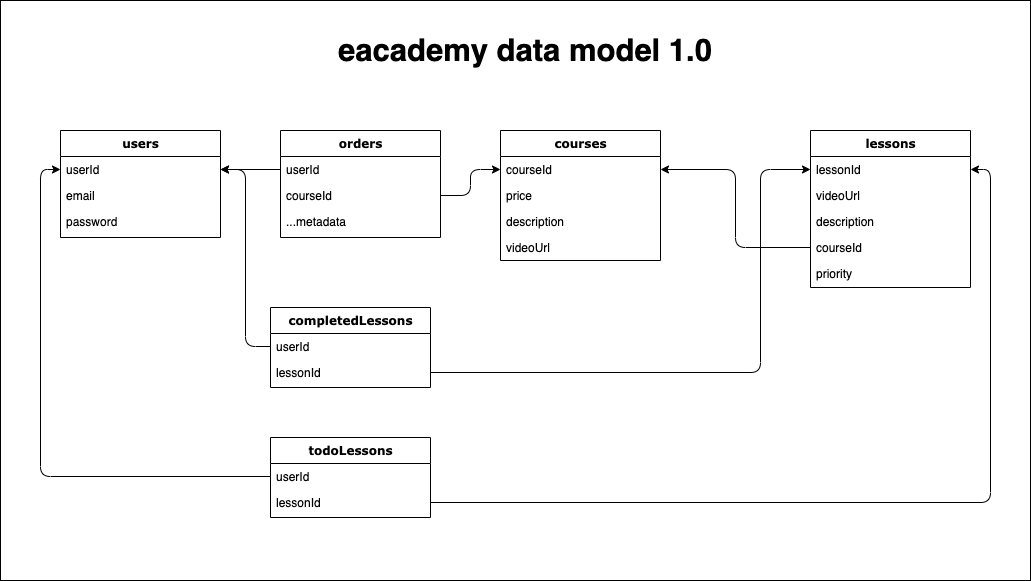
This is project/20-07-20 Skateboard sprint/data-model.png from migueldf10/eacademy-gatsby-react-redux, a draw.io export, as it was before one commit. Source tidied: cells renumbered, new cells last; positions are measured from the earlier drawing's top-left corner, leaving out a move shared by most shapes. Source of this version:
```xml
<mxGraphModel>
  <root>
    <mxCell id="0" />
    <mxCell id="1" parent="0" />
    <mxCell id="2" style="rounded=0;whiteSpace=wrap;html=1;sketch=0;" parent="1" vertex="1">
      <mxGeometry width="1030" height="580" as="geometry" />
    </mxCell>
    <mxCell id="3" style="edgeStyle=orthogonalEdgeStyle;rounded=0;jettySize=auto;html=1;" parent="1" edge="1" source="27" target="23">
      <mxGeometry relative="1" as="geometry" />
    </mxCell>
    <mxCell id="4" style="edgeStyle=orthogonalEdgeStyle;rounded=1;jettySize=auto;html=1;entryX=0;entryY=0.5;entryDx=0;entryDy=0;" parent="1" edge="1" source="28" target="12">
      <mxGeometry relative="1" as="geometry" />
    </mxCell>
    <mxCell id="5" style="edgeStyle=orthogonalEdgeStyle;rounded=1;jettySize=auto;html=1;exitX=0;exitY=0.5;exitDx=0;exitDy=0;" parent="1" edge="1" source="31" target="23">
      <mxGeometry relative="1" as="geometry" />
    </mxCell>
    <mxCell id="6" style="edgeStyle=orthogonalEdgeStyle;rounded=1;jettySize=auto;html=1;exitX=0;exitY=0.5;exitDx=0;exitDy=0;entryX=1;entryY=0.5;entryDx=0;entryDy=0;" parent="1" edge="1" source="20" target="12">
      <mxGeometry relative="1" as="geometry" />
    </mxCell>
    <mxCell id="7" style="edgeStyle=orthogonalEdgeStyle;rounded=1;jettySize=auto;html=1;exitX=1;exitY=0.5;exitDx=0;exitDy=0;entryX=0;entryY=0.5;entryDx=0;entryDy=0;" parent="1" edge="1" source="32" target="17">
      <mxGeometry relative="1" as="geometry">
        <Array as="points">
          <mxPoint x="760" y="372" />
          <mxPoint x="760" y="169" />
        </Array>
      </mxGeometry>
    </mxCell>
    <mxCell id="8" style="edgeStyle=orthogonalEdgeStyle;rounded=1;jettySize=auto;html=1;entryX=0;entryY=0.5;entryDx=0;entryDy=0;" parent="1" edge="1" source="34" target="23">
      <mxGeometry relative="1" as="geometry" />
    </mxCell>
    <mxCell id="9" style="edgeStyle=orthogonalEdgeStyle;rounded=1;jettySize=auto;html=1;entryX=1;entryY=0.5;entryDx=0;entryDy=0;" parent="1" edge="1" source="35" target="17">
      <mxGeometry relative="1" as="geometry" />
    </mxCell>
    <mxCell id="10" value="eacademy data model 1.0" style="text;html=1;strokeColor=none;fillColor=none;align=center;verticalAlign=middle;whiteSpace=wrap;rounded=0;fontSize=31;fontStyle=1;" parent="1" vertex="1">
      <mxGeometry x="320" y="40" width="410" height="20" as="geometry" />
    </mxCell>
    <mxCell id="11" value="courses" style="swimlane;html=1;fontStyle=1;align=center;verticalAlign=top;horizontal=1;startSize=26;swimlaneFillColor=#ffffff;rounded=0;shadow=0;comic=0;labelBackgroundColor=none;strokeWidth=1;fontFamily=Verdana;fontSize=12;" parent="1" vertex="1">
      <mxGeometry x="500" y="130" width="160" height="130" as="geometry" />
    </mxCell>
    <mxCell id="12" value="courseId" style="text;html=1;strokeColor=none;fillColor=none;align=left;verticalAlign=top;spacingLeft=4;spacingRight=4;whiteSpace=wrap;overflow=hidden;points=[[0,0.5],[1,0.5]];portConstraint=eastwest;" parent="11" vertex="1">
      <mxGeometry y="26" width="160" height="26" as="geometry" />
    </mxCell>
    <mxCell id="13" value="price" style="text;html=1;strokeColor=none;fillColor=none;align=left;verticalAlign=top;spacingLeft=4;spacingRight=4;whiteSpace=wrap;overflow=hidden;" parent="11" vertex="1">
      <mxGeometry y="52" width="160" height="26" as="geometry" />
    </mxCell>
    <mxCell id="14" value="description" style="text;html=1;strokeColor=none;fillColor=none;align=left;verticalAlign=top;spacingLeft=4;spacingRight=4;whiteSpace=wrap;overflow=hidden;" parent="11" vertex="1">
      <mxGeometry y="78" width="160" height="26" as="geometry" />
    </mxCell>
    <mxCell id="15" value="videoUrl" style="text;html=1;strokeColor=none;fillColor=none;align=left;verticalAlign=top;spacingLeft=4;spacingRight=4;whiteSpace=wrap;overflow=hidden;" parent="11" vertex="1">
      <mxGeometry y="104" width="160" height="26" as="geometry" />
    </mxCell>
    <mxCell id="16" value="lessons" style="swimlane;html=1;fontStyle=1;align=center;verticalAlign=top;horizontal=1;startSize=26;swimlaneFillColor=#ffffff;rounded=0;shadow=0;comic=0;labelBackgroundColor=none;strokeWidth=1;fontFamily=Verdana;fontSize=12;" parent="1" vertex="1">
      <mxGeometry x="810" y="130" width="160" height="157" as="geometry" />
    </mxCell>
    <mxCell id="17" value="lessonId" style="text;html=1;strokeColor=none;fillColor=none;align=left;verticalAlign=top;spacingLeft=4;spacingRight=4;whiteSpace=wrap;overflow=hidden;points=[[0,0.5],[1,0.5]];portConstraint=eastwest;" parent="16" vertex="1">
      <mxGeometry y="26" width="160" height="26" as="geometry" />
    </mxCell>
    <mxCell id="18" value="videoUrl" style="text;html=1;strokeColor=none;fillColor=none;align=left;verticalAlign=top;spacingLeft=4;spacingRight=4;whiteSpace=wrap;overflow=hidden;" parent="16" vertex="1">
      <mxGeometry y="52" width="160" height="26" as="geometry" />
    </mxCell>
    <mxCell id="19" value="description" style="text;html=1;strokeColor=none;fillColor=none;align=left;verticalAlign=top;spacingLeft=4;spacingRight=4;whiteSpace=wrap;overflow=hidden;" parent="16" vertex="1">
      <mxGeometry y="78" width="160" height="26" as="geometry" />
    </mxCell>
    <mxCell id="20" value="courseId" style="text;html=1;strokeColor=none;fillColor=none;align=left;verticalAlign=top;spacingLeft=4;spacingRight=4;whiteSpace=wrap;overflow=hidden;points=[[0,0.5],[1,0.5]];portConstraint=eastwest;" parent="16" vertex="1">
      <mxGeometry y="104" width="160" height="26" as="geometry" />
    </mxCell>
    <mxCell id="21" value="priority" style="text;html=1;strokeColor=none;fillColor=none;align=left;verticalAlign=top;spacingLeft=4;spacingRight=4;whiteSpace=wrap;overflow=hidden;" parent="16" vertex="1">
      <mxGeometry y="130" width="160" height="26" as="geometry" />
    </mxCell>
    <mxCell id="22" value="users" style="swimlane;html=1;fontStyle=1;align=center;verticalAlign=top;horizontal=1;startSize=26;swimlaneFillColor=#ffffff;rounded=0;shadow=0;comic=0;labelBackgroundColor=none;strokeWidth=1;fontFamily=Verdana;fontSize=12;" parent="1" vertex="1">
      <mxGeometry x="60" y="130" width="160" height="107" as="geometry" />
    </mxCell>
    <mxCell id="23" value="userId" style="text;html=1;strokeColor=none;fillColor=none;align=left;verticalAlign=top;spacingLeft=4;spacingRight=4;whiteSpace=wrap;overflow=hidden;points=[[0,0.5],[1,0.5]];portConstraint=eastwest;" parent="22" vertex="1">
      <mxGeometry y="26" width="160" height="26" as="geometry" />
    </mxCell>
    <mxCell id="24" value="email" style="text;html=1;strokeColor=none;fillColor=none;align=left;verticalAlign=top;spacingLeft=4;spacingRight=4;whiteSpace=wrap;overflow=hidden;" parent="22" vertex="1">
      <mxGeometry y="52" width="160" height="26" as="geometry" />
    </mxCell>
    <mxCell id="25" value="password" style="text;html=1;strokeColor=none;fillColor=none;align=left;verticalAlign=top;spacingLeft=4;spacingRight=4;whiteSpace=wrap;overflow=hidden;" parent="22" vertex="1">
      <mxGeometry y="78" width="160" height="26" as="geometry" />
    </mxCell>
    <mxCell id="26" value="orders" style="swimlane;html=1;fontStyle=1;align=center;verticalAlign=top;horizontal=1;startSize=26;swimlaneFillColor=#ffffff;rounded=0;shadow=0;comic=0;labelBackgroundColor=none;strokeWidth=1;fontFamily=Verdana;fontSize=12;" parent="1" vertex="1">
      <mxGeometry x="280" y="130" width="160" height="107" as="geometry" />
    </mxCell>
    <mxCell id="27" value="userId" style="text;html=1;strokeColor=none;fillColor=none;align=left;verticalAlign=top;spacingLeft=4;spacingRight=4;whiteSpace=wrap;overflow=hidden;points=[[0,0.5],[1,0.5]];portConstraint=eastwest;" parent="26" vertex="1">
      <mxGeometry y="26" width="160" height="26" as="geometry" />
    </mxCell>
    <mxCell id="28" value="courseId" style="text;html=1;strokeColor=none;fillColor=none;align=left;verticalAlign=top;spacingLeft=4;spacingRight=4;whiteSpace=wrap;overflow=hidden;points=[[0,0.5],[1,0.5]];portConstraint=eastwest;" parent="26" vertex="1">
      <mxGeometry y="52" width="160" height="26" as="geometry" />
    </mxCell>
    <mxCell id="29" value="...metadata" style="text;html=1;strokeColor=none;fillColor=none;align=left;verticalAlign=top;spacingLeft=4;spacingRight=4;whiteSpace=wrap;overflow=hidden;" parent="26" vertex="1">
      <mxGeometry y="78" width="160" height="26" as="geometry" />
    </mxCell>
    <mxCell id="30" value="completedLessons" style="swimlane;html=1;fontStyle=1;align=center;verticalAlign=top;horizontal=1;startSize=26;swimlaneFillColor=#ffffff;rounded=0;shadow=0;comic=0;labelBackgroundColor=none;strokeWidth=1;fontFamily=Verdana;fontSize=12;" parent="1" vertex="1">
      <mxGeometry x="270" y="307" width="160" height="80" as="geometry" />
    </mxCell>
    <mxCell id="31" value="userId" style="text;html=1;strokeColor=none;fillColor=none;align=left;verticalAlign=top;spacingLeft=4;spacingRight=4;whiteSpace=wrap;overflow=hidden;points=[[0,0.5],[1,0.5]];portConstraint=eastwest;" parent="30" vertex="1">
      <mxGeometry y="26" width="160" height="26" as="geometry" />
    </mxCell>
    <mxCell id="32" value="lessonId" style="text;html=1;strokeColor=none;fillColor=none;align=left;verticalAlign=top;spacingLeft=4;spacingRight=4;whiteSpace=wrap;overflow=hidden;points=[[0,0.5],[1,0.5]];portConstraint=eastwest;" parent="30" vertex="1">
      <mxGeometry y="52" width="160" height="26" as="geometry" />
    </mxCell>
    <mxCell id="33" value="todoLessons" style="swimlane;html=1;fontStyle=1;align=center;verticalAlign=top;horizontal=1;startSize=26;swimlaneFillColor=#ffffff;rounded=0;shadow=0;comic=0;labelBackgroundColor=none;strokeWidth=1;fontFamily=Verdana;fontSize=12;" parent="1" vertex="1">
      <mxGeometry x="270" y="437" width="160" height="80" as="geometry" />
    </mxCell>
    <mxCell id="34" value="userId" style="text;html=1;strokeColor=none;fillColor=none;align=left;verticalAlign=top;spacingLeft=4;spacingRight=4;whiteSpace=wrap;overflow=hidden;points=[[0,0.5],[1,0.5]];portConstraint=eastwest;" parent="33" vertex="1">
      <mxGeometry y="26" width="160" height="26" as="geometry" />
    </mxCell>
    <mxCell id="35" value="lessonId" style="text;html=1;strokeColor=none;fillColor=none;align=left;verticalAlign=top;spacingLeft=4;spacingRight=4;whiteSpace=wrap;overflow=hidden;points=[[0,0.5],[1,0.5]];portConstraint=eastwest;" parent="33" vertex="1">
      <mxGeometry y="52" width="160" height="26" as="geometry" />
    </mxCell>
  </root>
</mxGraphModel>
```
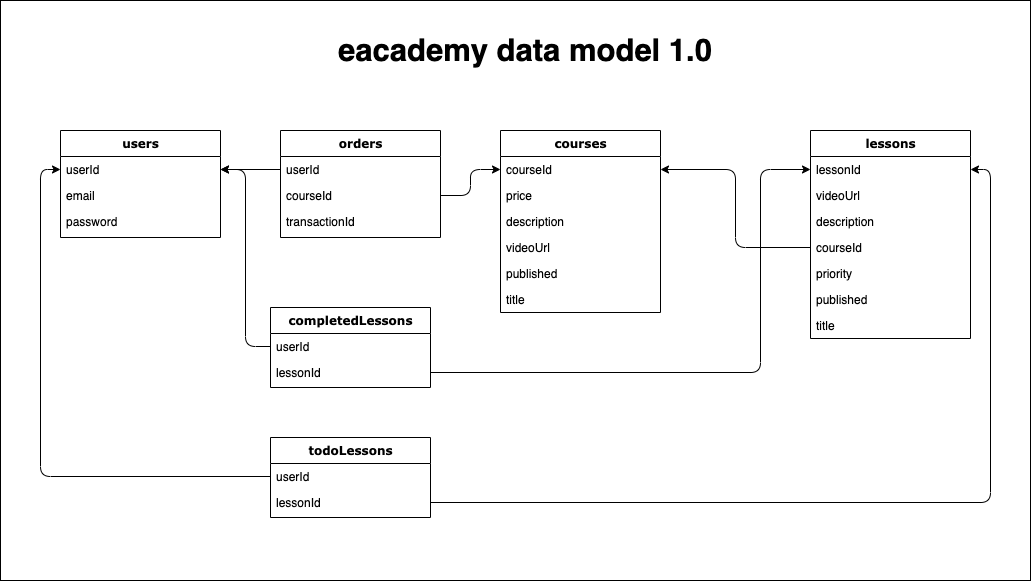
Above is the later version.

Commit message:
update error on data model

What changed in the source:
```diff
@@ -35,7 +35,7 @@
       <mxGeometry x="320" y="40" width="410" height="20" as="geometry" />
     </mxCell>
     <mxCell id="11" value="courses" style="swimlane;html=1;fontStyle=1;align=center;verticalAlign=top;horizontal=1;startSize=26;swimlaneFillColor=#ffffff;rounded=0;shadow=0;comic=0;labelBackgroundColor=none;strokeWidth=1;fontFamily=Verdana;fontSize=12;" parent="1" vertex="1">
-      <mxGeometry x="500" y="130" width="160" height="130" as="geometry" />
+      <mxGeometry x="500" y="130" width="160" height="182" as="geometry" />
     </mxCell>
     <mxCell id="12" value="courseId" style="text;html=1;strokeColor=none;fillColor=none;align=left;verticalAlign=top;spacingLeft=4;spacingRight=4;whiteSpace=wrap;overflow=hidden;points=[[0,0.5],[1,0.5]];portConstraint=eastwest;" parent="11" vertex="1">
       <mxGeometry y="26" width="160" height="26" as="geometry" />
@@ -49,8 +49,14 @@
     <mxCell id="15" value="videoUrl" style="text;html=1;strokeColor=none;fillColor=none;align=left;verticalAlign=top;spacingLeft=4;spacingRight=4;whiteSpace=wrap;overflow=hidden;" parent="11" vertex="1">
       <mxGeometry y="104" width="160" height="26" as="geometry" />
     </mxCell>
+    <mxCell id="36" value="published" style="text;html=1;strokeColor=none;fillColor=none;align=left;verticalAlign=top;spacingLeft=4;spacingRight=4;whiteSpace=wrap;overflow=hidden;" parent="11" vertex="1">
+      <mxGeometry y="130" width="160" height="26" as="geometry" />
+    </mxCell>
+    <mxCell id="37" value="title" style="text;html=1;strokeColor=none;fillColor=none;align=left;verticalAlign=top;spacingLeft=4;spacingRight=4;whiteSpace=wrap;overflow=hidden;" parent="11" vertex="1">
+      <mxGeometry y="156" width="160" height="26" as="geometry" />
+    </mxCell>
     <mxCell id="16" value="lessons" style="swimlane;html=1;fontStyle=1;align=center;verticalAlign=top;horizontal=1;startSize=26;swimlaneFillColor=#ffffff;rounded=0;shadow=0;comic=0;labelBackgroundColor=none;strokeWidth=1;fontFamily=Verdana;fontSize=12;" parent="1" vertex="1">
-      <mxGeometry x="810" y="130" width="160" height="157" as="geometry" />
+      <mxGeometry x="810" y="130" width="160" height="208" as="geometry" />
     </mxCell>
     <mxCell id="17" value="lessonId" style="text;html=1;strokeColor=none;fillColor=none;align=left;verticalAlign=top;spacingLeft=4;spacingRight=4;whiteSpace=wrap;overflow=hidden;points=[[0,0.5],[1,0.5]];portConstraint=eastwest;" parent="16" vertex="1">
       <mxGeometry y="26" width="160" height="26" as="geometry" />
@@ -67,6 +73,12 @@
     <mxCell id="21" value="priority" style="text;html=1;strokeColor=none;fillColor=none;align=left;verticalAlign=top;spacingLeft=4;spacingRight=4;whiteSpace=wrap;overflow=hidden;" parent="16" vertex="1">
       <mxGeometry y="130" width="160" height="26" as="geometry" />
     </mxCell>
+    <mxCell id="38" value="published" style="text;html=1;strokeColor=none;fillColor=none;align=left;verticalAlign=top;spacingLeft=4;spacingRight=4;whiteSpace=wrap;overflow=hidden;" parent="16" vertex="1">
+      <mxGeometry y="156" width="160" height="26" as="geometry" />
+    </mxCell>
+    <mxCell id="39" value="title" style="text;html=1;strokeColor=none;fillColor=none;align=left;verticalAlign=top;spacingLeft=4;spacingRight=4;whiteSpace=wrap;overflow=hidden;" parent="16" vertex="1">
+      <mxGeometry y="182" width="160" height="26" as="geometry" />
+    </mxCell>
     <mxCell id="22" value="users" style="swimlane;html=1;fontStyle=1;align=center;verticalAlign=top;horizontal=1;startSize=26;swimlaneFillColor=#ffffff;rounded=0;shadow=0;comic=0;labelBackgroundColor=none;strokeWidth=1;fontFamily=Verdana;fontSize=12;" parent="1" vertex="1">
       <mxGeometry x="60" y="130" width="160" height="107" as="geometry" />
     </mxCell>
@@ -88,7 +100,7 @@
     <mxCell id="28" value="courseId" style="text;html=1;strokeColor=none;fillColor=none;align=left;verticalAlign=top;spacingLeft=4;spacingRight=4;whiteSpace=wrap;overflow=hidden;points=[[0,0.5],[1,0.5]];portConstraint=eastwest;" parent="26" vertex="1">
       <mxGeometry y="52" width="160" height="26" as="geometry" />
     </mxCell>
-    <mxCell id="29" value="...metadata" style="text;html=1;strokeColor=none;fillColor=none;align=left;verticalAlign=top;spacingLeft=4;spacingRight=4;whiteSpace=wrap;overflow=hidden;" parent="26" vertex="1">
+    <mxCell id="29" value="transactionId" style="text;html=1;strokeColor=none;fillColor=none;align=left;verticalAlign=top;spacingLeft=4;spacingRight=4;whiteSpace=wrap;overflow=hidden;" parent="26" vertex="1">
       <mxGeometry y="78" width="160" height="26" as="geometry" />
     </mxCell>
     <mxCell id="30" value="completedLessons" style="swimlane;html=1;fontStyle=1;align=center;verticalAlign=top;horizontal=1;startSize=26;swimlaneFillColor=#ffffff;rounded=0;shadow=0;comic=0;labelBackgroundColor=none;strokeWidth=1;fontFamily=Verdana;fontSize=12;" parent="1" vertex="1">
```
